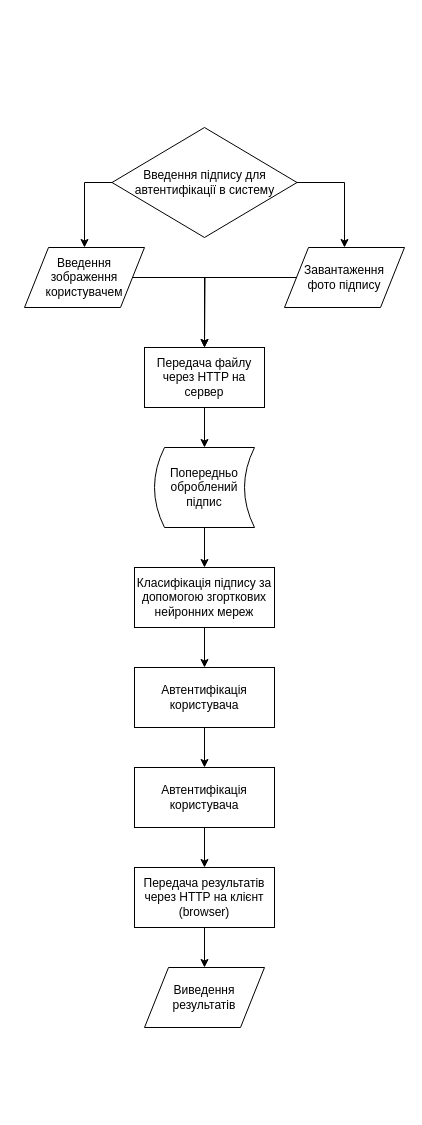
The draw.io diagram signature_lifecycle.drawio in Pavlo-Olshansky/Python, before the edit. Source tidied: cells renumbered, new cells numbered last; positions are measured from the earlier drawing's top-left corner, leaving out a move shared by most shapes. Both pictures are drawn from the tidied source at 100%, with x=0, y=0 at pixel (24, 127).
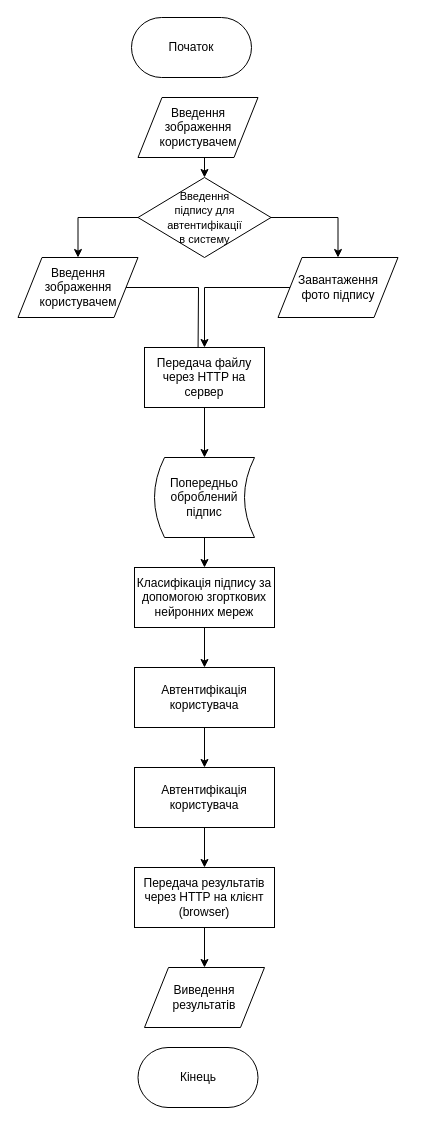
The same page after the edit.

Change to the diagram source:
```diff
@@
     <mxCell id="2" style="edgeStyle=orthogonalEdgeStyle;rounded=0;jettySize=auto;html=1;exitX=1;exitY=0.5;exitDx=0;exitDy=0;" parent="1" edge="1" source="3">
       <mxGeometry relative="1" as="geometry">
-        <mxPoint x="180" y="220" as="targetPoint" />
+        <mxPoint x="173.5" y="230" as="targetPoint" />
       </mxGeometry>
     </mxCell>
     <mxCell id="3" value="Введення зображення користувачем" style="shape=parallelogram;perimeter=parallelogramPerimeter;whiteSpace=wrap;html=1;" parent="1" vertex="1">
-      <mxGeometry y="120" width="120" height="60" as="geometry" />
+      <mxGeometry x="-6.5" y="130" width="120" height="60" as="geometry" />
     </mxCell>
@@
     <mxCell id="5" value="Завантаження&lt;br&gt;фото підпису" style="shape=parallelogram;perimeter=parallelogramPerimeter;whiteSpace=wrap;html=1;" parent="1" vertex="1">
-      <mxGeometry x="260" y="120" width="120" height="60" as="geometry" />
+      <mxGeometry x="253.5" y="130" width="120" height="60" as="geometry" />
     </mxCell>
@@
     <mxCell id="7" value="Попередньо оброблений підпис" style="shape=dataStorage;whiteSpace=wrap;html=1;" parent="1" vertex="1">
-      <mxGeometry x="130" y="320" width="100" height="80" as="geometry" />
+      <mxGeometry x="130" y="330" width="100" height="80" as="geometry" />
     </mxCell>
@@
-    <mxCell id="19" style="edgeStyle=orthogonalEdgeStyle;rounded=0;jettySize=auto;html=1;exitX=1;exitY=0.5;exitDx=0;exitDy=0;entryX=0.5;entryY=0;entryDx=0;entryDy=0;" parent="1" edge="1" source="21" target="5">
+    <mxCell id="19" style="edgeStyle=orthogonalEdgeStyle;rounded=0;jettySize=auto;html=1;entryX=0.5;entryY=0;entryDx=0;entryDy=0;" parent="1" edge="1" source="21" target="5">
       <mxGeometry relative="1" as="geometry" />
     </mxCell>
-    <mxCell id="20" style="edgeStyle=orthogonalEdgeStyle;rounded=0;jettySize=auto;html=1;exitX=0;exitY=0.5;exitDx=0;exitDy=0;entryX=0.5;entryY=0;entryDx=0;entryDy=0;" parent="1" edge="1" source="21" target="3">
-      <mxGeometry relative="1" as="geometry" />
+    <mxCell id="20" style="edgeStyle=orthogonalEdgeStyle;rounded=0;jettySize=auto;html=1;entryX=0.5;entryY=0;entryDx=0;entryDy=0;" parent="1" edge="1" source="21" target="3">
+      <mxGeometry relative="1" as="geometry">
+        <Array as="points">
+          <mxPoint x="53.5" y="90" />
+        </Array>
+      </mxGeometry>
     </mxCell>
-    <mxCell id="21" value="Введення підпису для автентифікації в систему" style="rhombus;whiteSpace=wrap;html=1;" parent="1" vertex="1">
-      <mxGeometry x="87.5" width="185" height="110" as="geometry" />
+    <mxCell id="21" value="&lt;font style=&quot;font-size: 11px&quot;&gt;Введення&lt;br&gt;підпису для автентифікації&lt;br&gt;в систему&lt;/font&gt;" style="rhombus;whiteSpace=wrap;html=1;" parent="1" vertex="1">
+      <mxGeometry x="113.5" y="50" width="133" height="80" as="geometry" />
     </mxCell>
+    <mxCell id="22" style="edgeStyle=orthogonalEdgeStyle;rounded=0;jettySize=auto;html=1;exitX=0.5;exitY=1;exitDx=0;exitDy=0;entryX=0.5;entryY=0;entryDx=0;entryDy=0;" parent="1" edge="1" source="23" target="21">
+      <mxGeometry relative="1" as="geometry" />
+    </mxCell>
+    <mxCell id="23" value="Введення зображення користувачем" style="shape=parallelogram;perimeter=parallelogramPerimeter;whiteSpace=wrap;html=1;" parent="1" vertex="1">
+      <mxGeometry x="113.5" y="-30" width="120" height="60" as="geometry" />
+    </mxCell>
+    <mxCell id="24" value="Початок" style="rounded=1;whiteSpace=wrap;html=1;arcSize=50;" parent="1" vertex="1">
+      <mxGeometry x="107" y="-110" width="120" height="60" as="geometry" />
+    </mxCell>
+    <mxCell id="25" value="Кінець" style="rounded=1;whiteSpace=wrap;html=1;arcSize=50;" parent="1" vertex="1">
+      <mxGeometry x="113.5" y="920" width="120" height="60" as="geometry" />
+    </mxCell>
```
